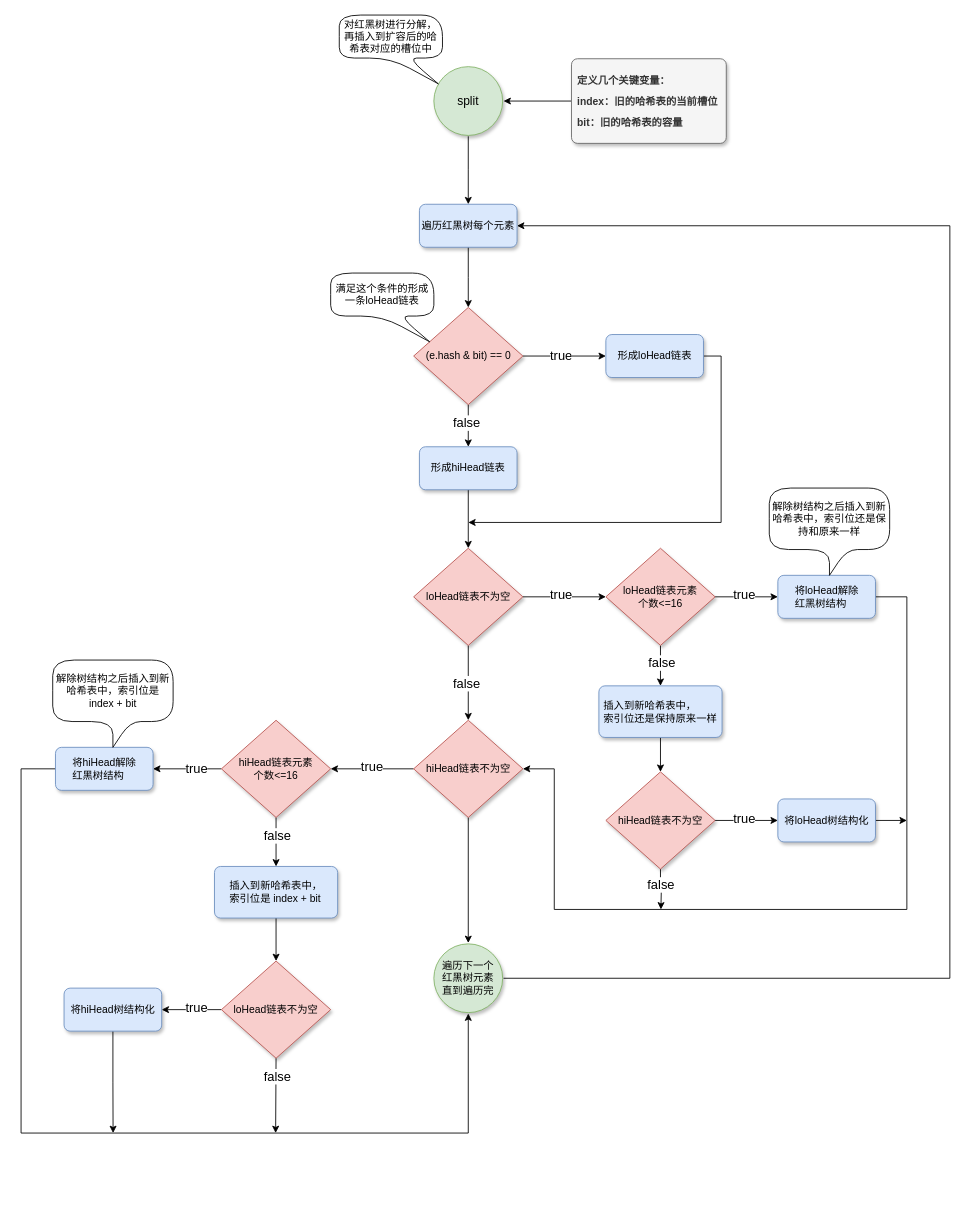
LDChing0321/JavaLearn keeps this draw.io diagram as page "split" (2 of 2) of typora/JavaSE/6 集合/drawio/HashMap/扩容流程.drawio. Above is the earlier version. Source tidied: cells renumbered, new cells numbered last; positions are measured from the earlier drawing's top-left corner, leaving out a move shared by most shapes. Both pictures are drawn from the tidied source at 86%, with x=0, y=0 at pixel (21, 15).
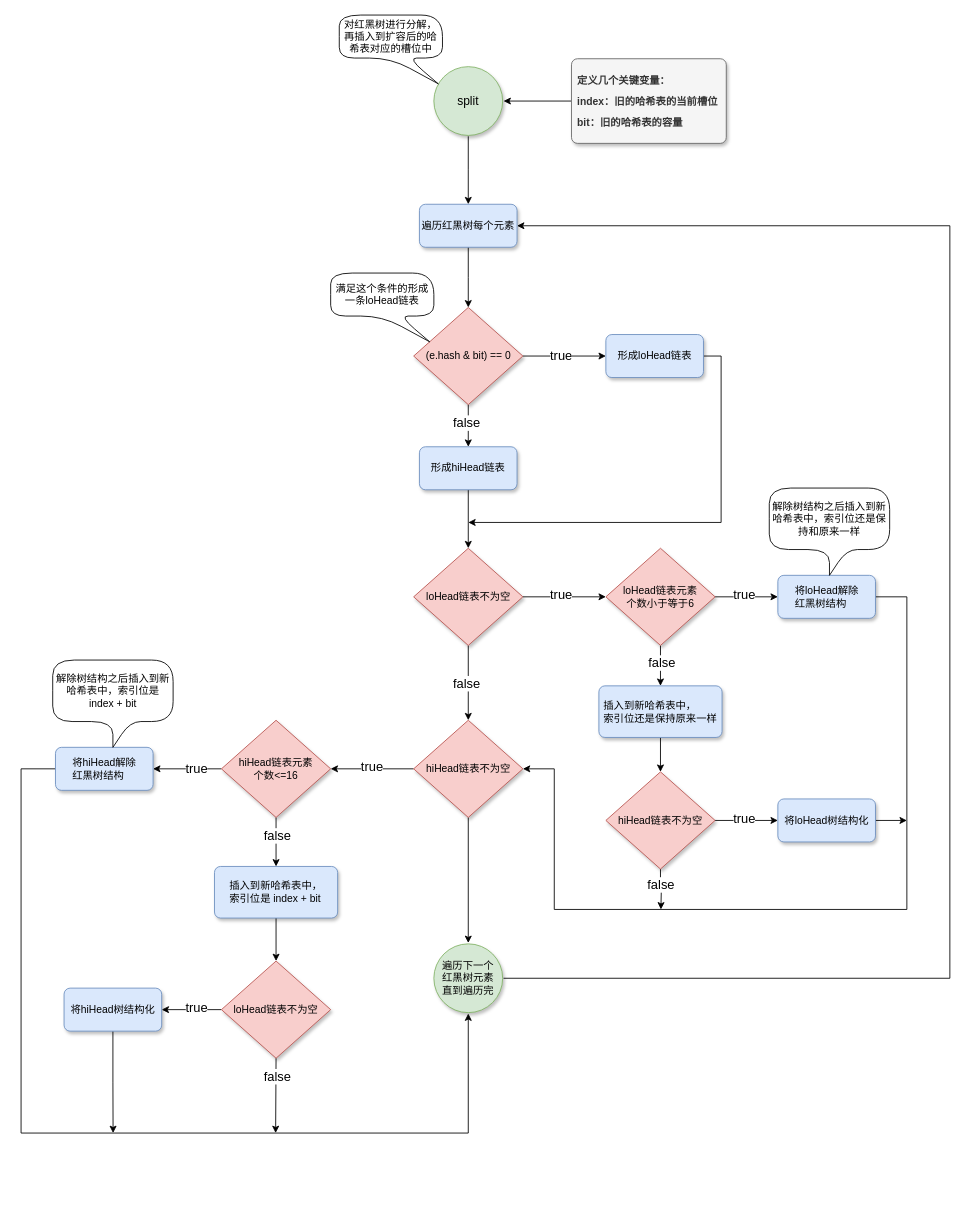
Above is the later version.

The edit, as a diff of the source:
```diff
@@
-    <mxCell id="22" value="loHead链表元素&lt;br&gt;个数&amp;lt;=16" style="strokeWidth=1;html=1;shape=mxgraph.flowchart.decision;whiteSpace=wrap;fillColor=#f8cecc;strokeColor=#b85450;shadow=1;fontSize=12;" parent="1" vertex="1">
+    <mxCell id="22" value="loHead链表元素&lt;br&gt;个数小于等于6" style="strokeWidth=1;html=1;shape=mxgraph.flowchart.decision;whiteSpace=wrap;fillColor=#f8cecc;strokeColor=#b85450;shadow=1;fontSize=12;" parent="1" vertex="1">
       <mxGeometry x="680" y="620" width="127" height="113" as="geometry" />
     </mxCell>
```
